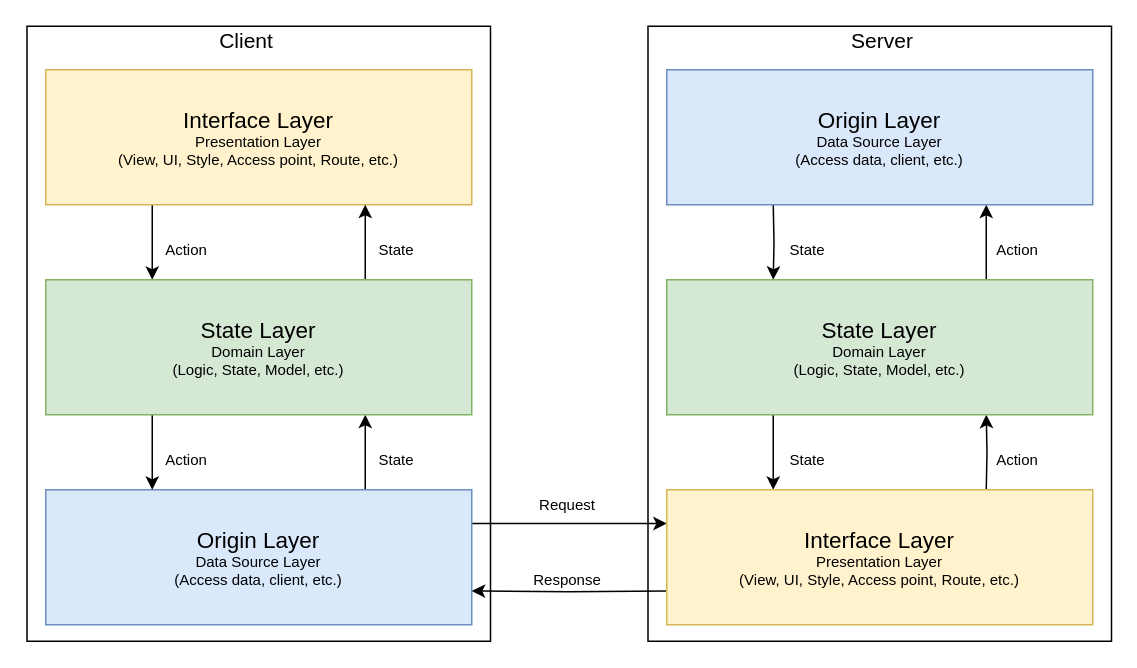
Above: page "Client-Server" (2 of 4) of doc/Architecture diagrams.drawio in dariopalminio/daro-web-app (draw.io), before the change. Source tidied: cells renumbered, new cells numbered last; positions are measured from the earlier drawing's top-left corner, leaving out a move shared by most shapes. Both pictures are drawn from the tidied source at 150%, with x=0, y=0 at pixel (27, 26).
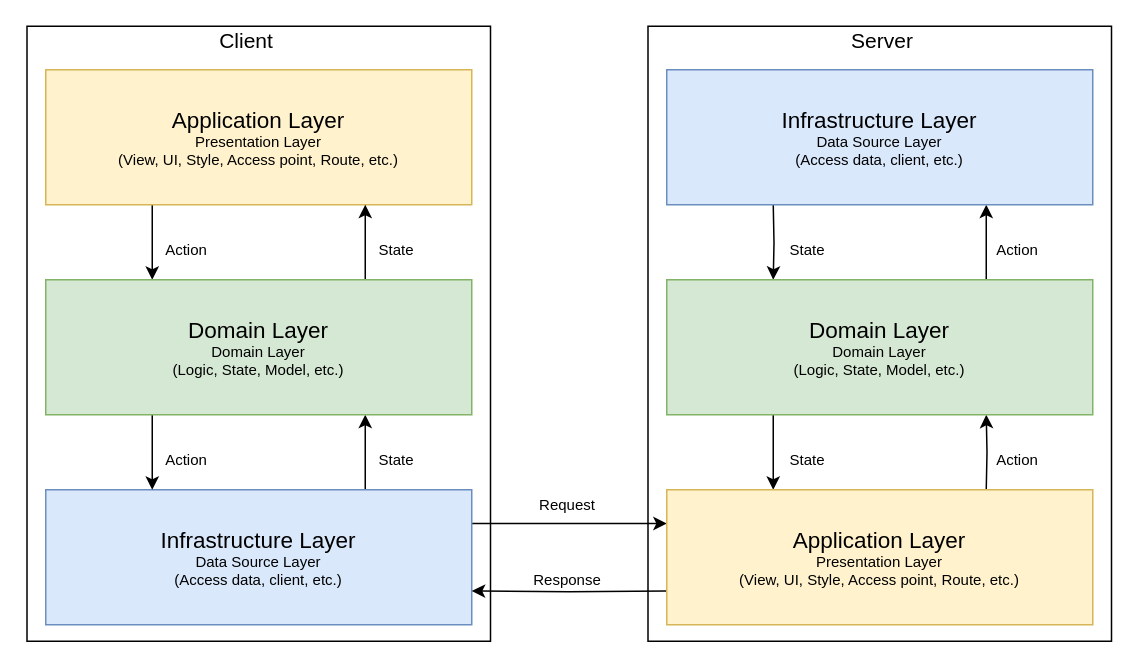
The same page after the edit.

Diff of the diagram source:
```diff
@@
-    <mxCell id="5" value="&lt;font style=&quot;font-size: 15px&quot;&gt;Interface Layer&lt;/font&gt;&lt;br&gt;Presentation Layer&lt;br&gt;(View, UI, Style, Access point, Route, etc.)" style="rounded=0;whiteSpace=wrap;html=1;fontSize=10;fillColor=#fff2cc;strokeColor=#d6b656;" parent="1" vertex="1">
+    <mxCell id="5" value="&lt;font style=&quot;font-size: 15px&quot;&gt;Application Layer&lt;/font&gt;&lt;br&gt;Presentation Layer&lt;br&gt;(View, UI, Style, Access point, Route, etc.)" style="rounded=0;whiteSpace=wrap;html=1;fontSize=10;fillColor=#fff2cc;strokeColor=#d6b656;" parent="1" vertex="1">
       <mxGeometry x="12" y="29" width="284" height="90" as="geometry" />
     </mxCell>
@@
-    <mxCell id="8" value="&lt;span style=&quot;font-size: 15px&quot;&gt;Origin Layer&lt;br&gt;&lt;/span&gt;Data Source Layer&lt;br&gt;(Access data, client, etc.)" style="rounded=0;whiteSpace=wrap;html=1;fontSize=10;labelBackgroundColor=none;fillColor=#dae8fc;strokeColor=#6c8ebf;" parent="1" vertex="1">
+    <mxCell id="8" value="&lt;span style=&quot;font-size: 15px&quot;&gt;Infrastructure Layer&lt;br&gt;&lt;/span&gt;Data Source Layer&lt;br&gt;(Access data, client, etc.)" style="rounded=0;whiteSpace=wrap;html=1;fontSize=10;labelBackgroundColor=none;fillColor=#dae8fc;strokeColor=#6c8ebf;" parent="1" vertex="1">
       <mxGeometry x="12" y="309" width="284" height="90" as="geometry" />
     </mxCell>
@@
-    <mxCell id="11" value="&lt;span style=&quot;font-size: 15px&quot;&gt;State Layer&lt;/span&gt;&lt;br&gt;Domain Layer&lt;br&gt;(Logic, State, Model, etc.)" style="rounded=0;whiteSpace=wrap;html=1;fontSize=10;fillColor=#d5e8d4;strokeColor=#82b366;" parent="1" vertex="1">
+    <mxCell id="11" value="&lt;span style=&quot;font-size: 15px&quot;&gt;Domain Layer&lt;/span&gt;&lt;br&gt;Domain Layer&lt;br&gt;(Logic, State, Model, etc.)" style="rounded=0;whiteSpace=wrap;html=1;fontSize=10;fillColor=#d5e8d4;strokeColor=#82b366;" parent="1" vertex="1">
       <mxGeometry x="12" y="169" width="284" height="90" as="geometry" />
     </mxCell>
@@
-    <mxCell id="21" value="&lt;span style=&quot;font-size: 15px&quot;&gt;State Layer&lt;/span&gt;&lt;br&gt;Domain Layer&lt;br&gt;(Logic, State, Model, etc.)" style="rounded=0;whiteSpace=wrap;html=1;fontSize=10;fillColor=#d5e8d4;strokeColor=#82b366;" parent="1" vertex="1">
+    <mxCell id="21" value="&lt;span style=&quot;font-size: 15px&quot;&gt;Domain Layer&lt;/span&gt;&lt;br&gt;Domain Layer&lt;br&gt;(Logic, State, Model, etc.)" style="rounded=0;whiteSpace=wrap;html=1;fontSize=10;fillColor=#d5e8d4;strokeColor=#82b366;" parent="1" vertex="1">
       <mxGeometry x="426" y="169" width="284" height="90" as="geometry" />
     </mxCell>
@@
-    <mxCell id="26" value="&lt;font style=&quot;font-size: 15px&quot;&gt;Interface Layer&lt;/font&gt;&lt;br&gt;Presentation Layer&lt;br&gt;(View, UI, Style, Access point, Route, etc.)" style="rounded=0;whiteSpace=wrap;html=1;fontSize=10;fillColor=#fff2cc;strokeColor=#d6b656;" parent="1" vertex="1">
+    <mxCell id="26" value="&lt;font style=&quot;font-size: 15px&quot;&gt;Application Layer&lt;/font&gt;&lt;br&gt;Presentation Layer&lt;br&gt;(View, UI, Style, Access point, Route, etc.)" style="rounded=0;whiteSpace=wrap;html=1;fontSize=10;fillColor=#fff2cc;strokeColor=#d6b656;" parent="1" vertex="1">
       <mxGeometry x="426" y="309" width="284" height="90" as="geometry" />
     </mxCell>
-    <mxCell id="27" value="&lt;span style=&quot;font-size: 15px&quot;&gt;Origin Layer&lt;br&gt;&lt;/span&gt;Data Source Layer&lt;br&gt;(Access data, client, etc.)" style="rounded=0;whiteSpace=wrap;html=1;fontSize=10;labelBackgroundColor=none;fillColor=#dae8fc;strokeColor=#6c8ebf;" parent="1" vertex="1">
+    <mxCell id="27" value="&lt;span style=&quot;font-size: 15px&quot;&gt;Infrastructure Layer&lt;br&gt;&lt;/span&gt;Data Source Layer&lt;br&gt;(Access data, client, etc.)" style="rounded=0;whiteSpace=wrap;html=1;fontSize=10;labelBackgroundColor=none;fillColor=#dae8fc;strokeColor=#6c8ebf;" parent="1" vertex="1">
       <mxGeometry x="426" y="29" width="284" height="90" as="geometry" />
     </mxCell>
```
